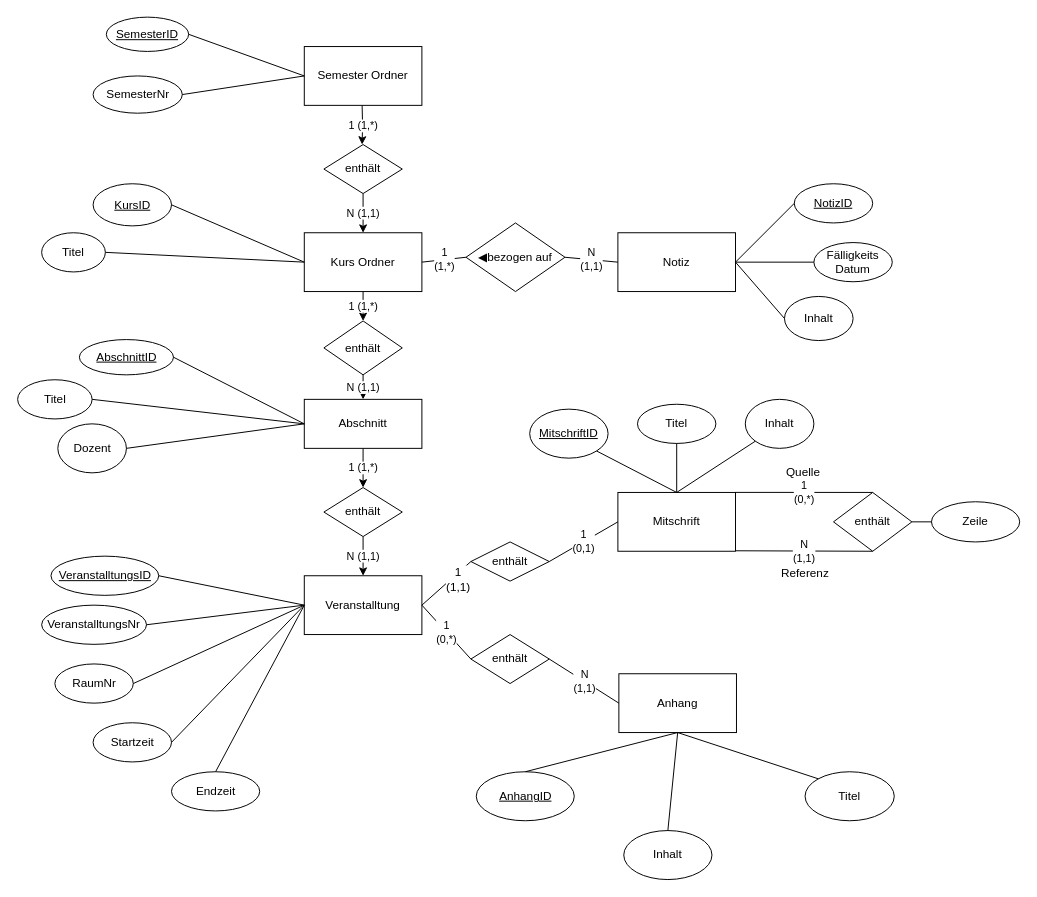
This is todayERD.drawio from jdsee/today, a draw.io file, before an edit. Source tidied: cells renumbered, new cells numbered last; positions are measured from the earlier drawing's top-left corner, leaving out a move shared by most shapes. Both pictures are drawn from the tidied source at 98%, with x=0, y=0 at pixel (18, 17).
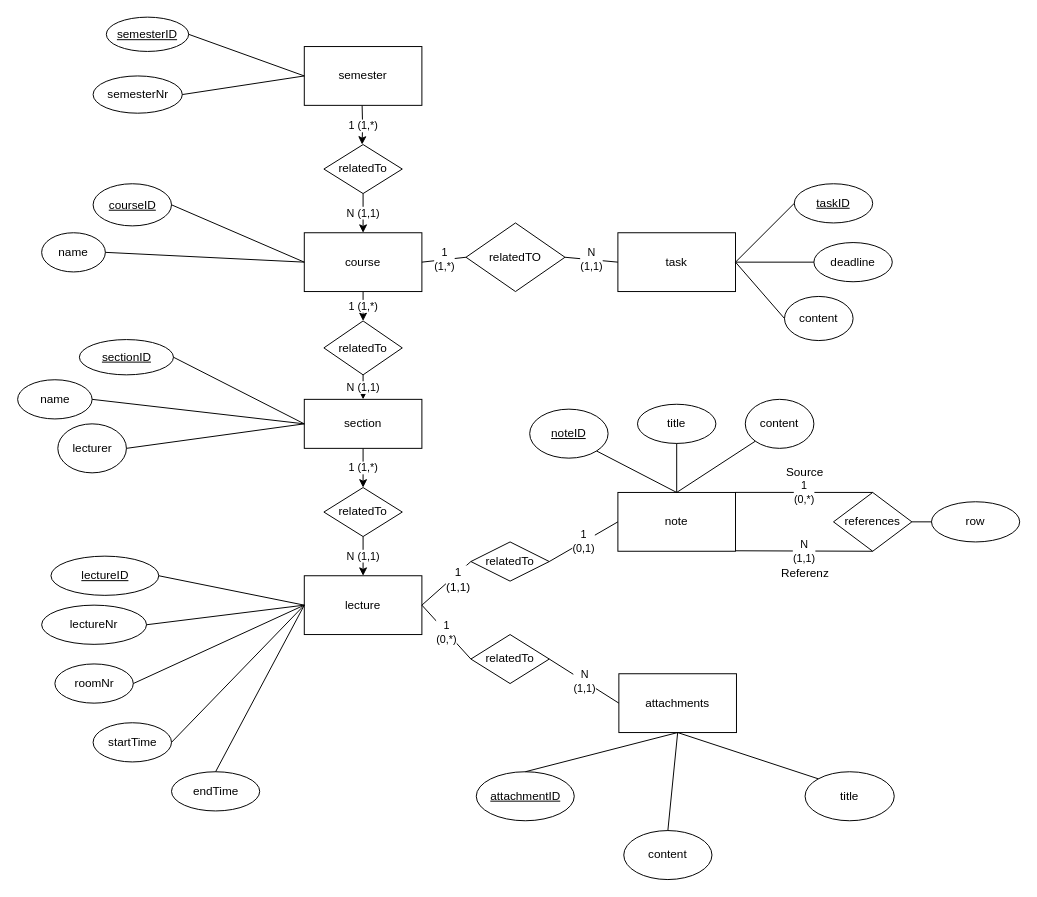
Above is the later version.

Change to the diagram source:
```diff
@@
-    <mxCell id="3" value="Semester Ordner" style="rounded=0;whiteSpace=wrap;html=1;" parent="1" vertex="1">
+    <mxCell id="3" value="semester" style="rounded=0;whiteSpace=wrap;html=1;" parent="1" vertex="1">
       <mxGeometry x="292" y="30" width="120" height="60" as="geometry" />
     </mxCell>
@@
-    <mxCell id="5" value="Kurs Ordner" style="rounded=0;whiteSpace=wrap;html=1;" parent="1" vertex="1">
+    <mxCell id="5" value="course" style="rounded=0;whiteSpace=wrap;html=1;" parent="1" vertex="1">
       <mxGeometry x="292" y="220" width="120" height="60" as="geometry" />
     </mxCell>
@@
-    <mxCell id="7" value="enthält" style="rhombus;whiteSpace=wrap;html=1;" parent="1" vertex="1">
+    <mxCell id="7" value="relatedTo" style="rhombus;whiteSpace=wrap;html=1;" parent="1" vertex="1">
       <mxGeometry x="312" y="130" width="80" height="50" as="geometry" />
     </mxCell>
@@
-    <mxCell id="9" value="Abschnitt" style="rounded=0;whiteSpace=wrap;html=1;" parent="1" vertex="1">
+    <mxCell id="9" value="section" style="rounded=0;whiteSpace=wrap;html=1;" parent="1" vertex="1">
       <mxGeometry x="292" y="390" width="120" height="50" as="geometry" />
     </mxCell>
@@
-    <mxCell id="11" value="enthält" style="rhombus;whiteSpace=wrap;html=1;" parent="1" vertex="1">
+    <mxCell id="11" value="relatedTo" style="rhombus;whiteSpace=wrap;html=1;" parent="1" vertex="1">
       <mxGeometry x="312" y="310" width="80" height="55" as="geometry" />
     </mxCell>
-    <mxCell id="12" value="Mitschrift" style="rounded=0;whiteSpace=wrap;html=1;" parent="1" vertex="1">
+    <mxCell id="12" value="note" style="rounded=0;whiteSpace=wrap;html=1;" parent="1" vertex="1">
       <mxGeometry x="612" y="485" width="120" height="60" as="geometry" />
     </mxCell>
-    <mxCell id="13" value="Veranstalltung" style="rounded=0;whiteSpace=wrap;html=1;" parent="1" vertex="1">
+    <mxCell id="13" value="lecture" style="rounded=0;whiteSpace=wrap;html=1;" parent="1" vertex="1">
       <mxGeometry x="292" y="570" width="120" height="60" as="geometry" />
     </mxCell>
-    <mxCell id="14" value="Anhang" style="rounded=0;whiteSpace=wrap;html=1;" parent="1" vertex="1">
+    <mxCell id="14" value="attachments" style="rounded=0;whiteSpace=wrap;html=1;" parent="1" vertex="1">
       <mxGeometry x="613" y="670" width="120" height="60" as="geometry" />
     </mxCell>
@@
-    <mxCell id="16" value="enthält" style="rhombus;whiteSpace=wrap;html=1;" parent="1" vertex="1">
+    <mxCell id="16" value="relatedTo" style="rhombus;whiteSpace=wrap;html=1;" parent="1" vertex="1">
       <mxGeometry x="462" y="630" width="80" height="50" as="geometry" />
     </mxCell>
@@
-    <mxCell id="18" value="RaumNr" style="ellipse;whiteSpace=wrap;html=1;" parent="1" vertex="1">
+    <mxCell id="18" value="roomNr" style="ellipse;whiteSpace=wrap;html=1;" parent="1" vertex="1">
       <mxGeometry x="37.5" y="660" width="80" height="40" as="geometry" />
     </mxCell>
@@
-    <mxCell id="20" value="Startzeit" style="ellipse;whiteSpace=wrap;html=1;" parent="1" vertex="1">
+    <mxCell id="20" value="startTime" style="ellipse;whiteSpace=wrap;html=1;" parent="1" vertex="1">
       <mxGeometry x="76.5" y="720" width="80" height="40" as="geometry" />
     </mxCell>
@@
-    <mxCell id="22" value="Dozent" style="ellipse;whiteSpace=wrap;html=1;" parent="1" vertex="1">
+    <mxCell id="22" value="lecturer" style="ellipse;whiteSpace=wrap;html=1;" parent="1" vertex="1">
       <mxGeometry x="40.5" y="415" width="70" height="50" as="geometry" />
     </mxCell>
@@
-    <mxCell id="24" value="&lt;u&gt;VeranstalltungsID&lt;/u&gt;" style="ellipse;whiteSpace=wrap;html=1;" parent="1" vertex="1">
+    <mxCell id="24" value="&lt;u&gt;lectureID&lt;/u&gt;" style="ellipse;whiteSpace=wrap;html=1;" parent="1" vertex="1">
       <mxGeometry x="33.5" y="550" width="110" height="40" as="geometry" />
     </mxCell>
@@
-    <mxCell id="26" value="&lt;u&gt;SemesterID&lt;/u&gt;" style="ellipse;whiteSpace=wrap;html=1;" parent="1" vertex="1">
+    <mxCell id="26" value="&lt;u&gt;semesterID&lt;/u&gt;" style="ellipse;whiteSpace=wrap;html=1;" parent="1" vertex="1">
       <mxGeometry x="90" width="84" height="35" as="geometry" />
     </mxCell>
@@
-    <mxCell id="28" value="Titel" style="ellipse;whiteSpace=wrap;html=1;" parent="1" vertex="1">
+    <mxCell id="28" value="name" style="ellipse;whiteSpace=wrap;html=1;" parent="1" vertex="1">
       <mxGeometry x="24" y="220" width="65" height="40" as="geometry" />
     </mxCell>
@@
-    <mxCell id="30" value="&lt;u&gt;KursID&lt;/u&gt;" style="ellipse;whiteSpace=wrap;html=1;" parent="1" vertex="1">
+    <mxCell id="30" value="&lt;u&gt;courseID&lt;/u&gt;" style="ellipse;whiteSpace=wrap;html=1;" parent="1" vertex="1">
       <mxGeometry x="76.5" y="170" width="80" height="43" as="geometry" />
     </mxCell>
@@
-    <mxCell id="33" value="enthält" style="rhombus;whiteSpace=wrap;html=1;" parent="1" vertex="1">
+    <mxCell id="33" value="relatedTo" style="rhombus;whiteSpace=wrap;html=1;" parent="1" vertex="1">
       <mxGeometry x="312" y="480" width="80" height="50" as="geometry" />
     </mxCell>
-    <mxCell id="34" value="Notiz" style="rounded=0;whiteSpace=wrap;html=1;" parent="1" vertex="1">
+    <mxCell id="34" value="task" style="rounded=0;whiteSpace=wrap;html=1;" parent="1" vertex="1">
       <mxGeometry x="612" y="220" width="120" height="60" as="geometry" />
     </mxCell>
-    <mxCell id="35" value="&lt;span style=&quot;text-align: left ; white-space: nowrap&quot;&gt;◀︎&lt;/span&gt;bezogen auf" style="rhombus;whiteSpace=wrap;html=1;" parent="1" vertex="1">
+    <mxCell id="35" value="&lt;div style=&quot;text-align: left&quot;&gt;&lt;span style=&quot;white-space: nowrap&quot;&gt;relatedTO&lt;/span&gt;&lt;/div&gt;" style="rhombus;whiteSpace=wrap;html=1;" parent="1" vertex="1">
       <mxGeometry x="457" y="210" width="101" height="70" as="geometry" />
     </mxCell>
@@
-    <mxCell id="38" value="enthält" style="rhombus;whiteSpace=wrap;html=1;" parent="1" vertex="1">
+    <mxCell id="38" value="references" style="rhombus;whiteSpace=wrap;html=1;" parent="1" vertex="1">
       <mxGeometry x="832" y="485" width="80" height="60" as="geometry" />
     </mxCell>
-    <mxCell id="39" value="Titel" style="ellipse;whiteSpace=wrap;html=1;" parent="1" vertex="1">
+    <mxCell id="39" value="title" style="ellipse;whiteSpace=wrap;html=1;" parent="1" vertex="1">
       <mxGeometry x="632" y="395" width="80" height="40" as="geometry" />
     </mxCell>
-    <mxCell id="40" value="&lt;u&gt;MitschriftID&lt;/u&gt;" style="ellipse;whiteSpace=wrap;html=1;" parent="1" vertex="1">
+    <mxCell id="40" value="&lt;u&gt;noteID&lt;/u&gt;" style="ellipse;whiteSpace=wrap;html=1;" parent="1" vertex="1">
       <mxGeometry x="522" y="400" width="80" height="50" as="geometry" />
     </mxCell>
@@
-    <mxCell id="43" value="&lt;u&gt;AnhangID&lt;/u&gt;" style="ellipse;whiteSpace=wrap;html=1;" parent="1" vertex="1">
+    <mxCell id="43" value="&lt;u&gt;attachmentID&lt;/u&gt;" style="ellipse;whiteSpace=wrap;html=1;" parent="1" vertex="1">
       <mxGeometry x="467.5" y="770" width="100" height="50" as="geometry" />
     </mxCell>
@@
-    <mxCell id="45" value="Zeile" style="ellipse;whiteSpace=wrap;html=1;" parent="1" vertex="1">
+    <mxCell id="45" value="row" style="ellipse;whiteSpace=wrap;html=1;" parent="1" vertex="1">
       <mxGeometry x="932" y="494.5" width="90" height="41" as="geometry" />
     </mxCell>
@@
-    <mxCell id="49" value="&lt;u&gt;NotizID&lt;/u&gt;" style="ellipse;whiteSpace=wrap;html=1;" parent="1" vertex="1">
+    <mxCell id="49" value="&lt;u&gt;taskID&lt;/u&gt;" style="ellipse;whiteSpace=wrap;html=1;" parent="1" vertex="1">
       <mxGeometry x="792" y="170" width="80" height="40" as="geometry" />
     </mxCell>
@@
-    <mxCell id="51" value="Fälligkeits Datum" style="ellipse;whiteSpace=wrap;html=1;" parent="1" vertex="1">
+    <mxCell id="51" value="deadline" style="ellipse;whiteSpace=wrap;html=1;" parent="1" vertex="1">
       <mxGeometry x="812" y="230" width="80" height="40" as="geometry" />
     </mxCell>
@@
-    <mxCell id="53" value="Inhalt" style="ellipse;whiteSpace=wrap;html=1;" parent="1" vertex="1">
+    <mxCell id="53" value="content" style="ellipse;whiteSpace=wrap;html=1;" parent="1" vertex="1">
       <mxGeometry x="782" y="285" width="70" height="45" as="geometry" />
     </mxCell>
@@
-    <mxCell id="55" value="Inhalt" style="ellipse;whiteSpace=wrap;html=1;" parent="1" vertex="1">
+    <mxCell id="55" value="content" style="ellipse;whiteSpace=wrap;html=1;" parent="1" vertex="1">
       <mxGeometry x="742" y="390" width="70" height="50" as="geometry" />
     </mxCell>
@@
-    <mxCell id="57" value="Inhalt" style="ellipse;whiteSpace=wrap;html=1;" parent="1" vertex="1">
+    <mxCell id="57" value="content" style="ellipse;whiteSpace=wrap;html=1;" parent="1" vertex="1">
       <mxGeometry x="618" y="830" width="90" height="50" as="geometry" />
     </mxCell>
@@
-    <mxCell id="59" value="enthält" style="rhombus;whiteSpace=wrap;html=1;" parent="1" vertex="1">
+    <mxCell id="59" value="relatedTo" style="rhombus;whiteSpace=wrap;html=1;" parent="1" vertex="1">
       <mxGeometry x="462" y="535.5" width="80" height="40" as="geometry" />
     </mxCell>
@@
-    <mxCell id="63" value="Quelle" style="text;html=1;align=left;verticalAlign=top;spacingTop=-4;" parent="1" vertex="1">
+    <mxCell id="63" value="Source" style="text;html=1;align=left;verticalAlign=top;spacingTop=-4;" parent="1" vertex="1">
       <mxGeometry x="782" y="455" width="50" height="20" as="geometry" />
     </mxCell>
@@
-    <mxCell id="65" value="Titel" style="ellipse;whiteSpace=wrap;html=1;" parent="1" vertex="1">
+    <mxCell id="65" value="name" style="ellipse;whiteSpace=wrap;html=1;" parent="1" vertex="1">
       <mxGeometry x="-0.5" y="370" width="76" height="40" as="geometry" />
     </mxCell>
-    <mxCell id="66" value="&lt;u&gt;AbschnittID&lt;/u&gt;" style="ellipse;whiteSpace=wrap;html=1;" parent="1" vertex="1">
+    <mxCell id="66" value="&lt;u&gt;sectionID&lt;/u&gt;" style="ellipse;whiteSpace=wrap;html=1;" parent="1" vertex="1">
       <mxGeometry x="62.5" y="329" width="96" height="36" as="geometry" />
     </mxCell>
@@
-    <mxCell id="69" value="Titel" style="ellipse;whiteSpace=wrap;html=1;" parent="1" vertex="1">
+    <mxCell id="69" value="title" style="ellipse;whiteSpace=wrap;html=1;" parent="1" vertex="1">
       <mxGeometry x="803" y="770" width="91" height="50" as="geometry" />
     </mxCell>
@@
-    <mxCell id="71" value="VeranstalltungsNr" style="ellipse;whiteSpace=wrap;html=1;" parent="1" vertex="1">
+    <mxCell id="71" value="lectureNr" style="ellipse;whiteSpace=wrap;html=1;" parent="1" vertex="1">
       <mxGeometry x="24" y="600" width="107" height="40" as="geometry" />
     </mxCell>
@@
-    <mxCell id="73" value="SemesterNr" style="ellipse;whiteSpace=wrap;html=1;" parent="1" vertex="1">
+    <mxCell id="73" value="semesterNr" style="ellipse;whiteSpace=wrap;html=1;" parent="1" vertex="1">
       <mxGeometry x="76.5" y="60" width="91" height="38" as="geometry" />
     </mxCell>
@@
-    <mxCell id="75" value="Endzeit" style="ellipse;whiteSpace=wrap;html=1;" parent="1" vertex="1">
+    <mxCell id="75" value="endTime" style="ellipse;whiteSpace=wrap;html=1;" parent="1" vertex="1">
       <mxGeometry x="156.5" y="770" width="90" height="40" as="geometry" />
     </mxCell>
```
